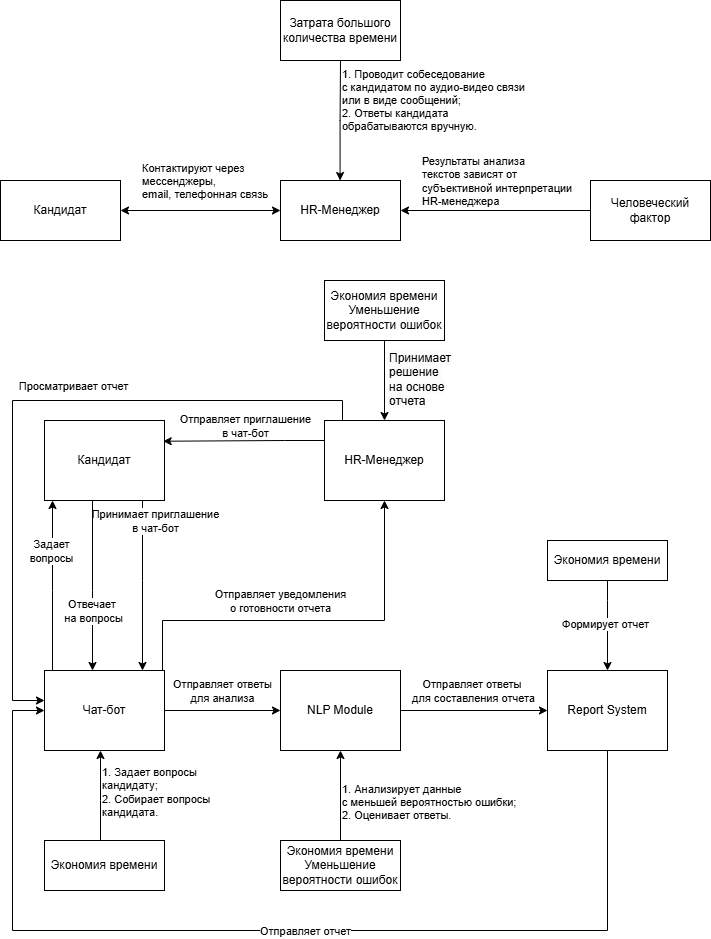
This is Диаграмма КАК-ЕСТЬ КАК-ДОЛЖНО-БЫТЬ.drawio.png from Evgeny-Yakovlev73/Diagramms, a draw.io export, as it was before one commit. Source tidied: cells renumbered, new cells last; positions are measured from the earlier drawing's top-left corner, leaving out a move shared by most shapes.
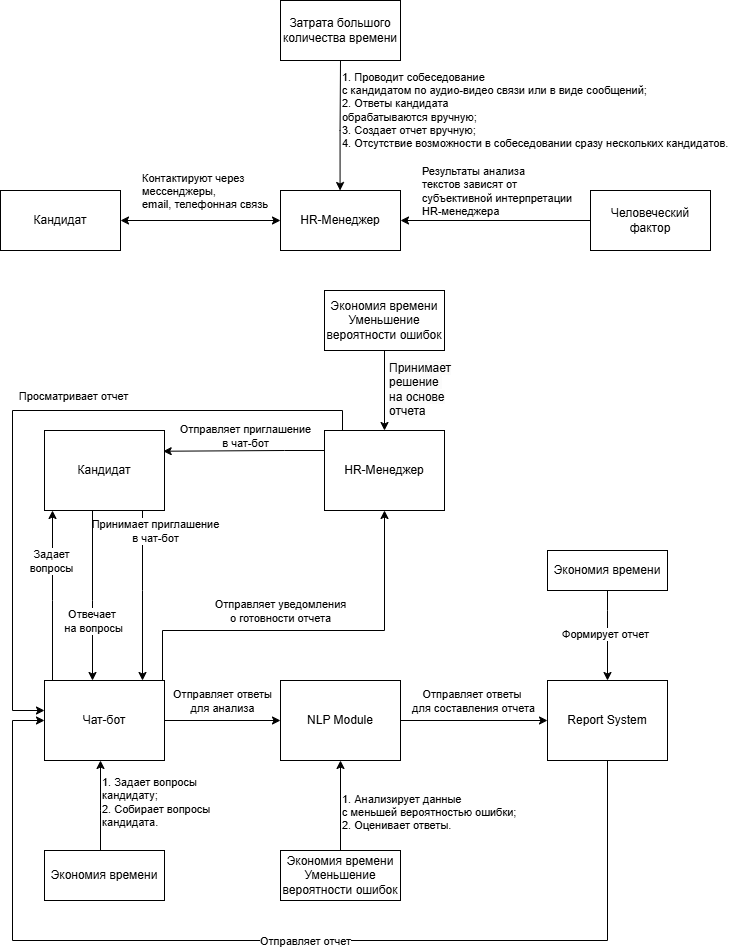
The same file after the commit.

Change to the diagram source:
```diff
@@ -24,9 +24,9 @@
         </Array>
       </mxGeometry>
     </mxCell>
-    <mxCell id="7" value="&lt;div style=&quot;&quot;&gt;1. Проводит собеседование&amp;nbsp;&lt;/div&gt;&lt;div style=&quot;&quot;&gt;с кандидатом по аудио-видео связи&amp;nbsp;&lt;/div&gt;&lt;div style=&quot;&quot;&gt;или в виде сообщений;&lt;/div&gt;&lt;div&gt;&lt;div style=&quot;&quot;&gt;2. Ответы кандидата&amp;nbsp;&lt;/div&gt;&lt;div style=&quot;&quot;&gt;обрабатываются вручную.&lt;/div&gt;&lt;/div&gt;" style="edgeLabel;html=1;align=left;verticalAlign=middle;" parent="6" vertex="1">
+    <mxCell id="7" value="&lt;div style=&quot;&quot;&gt;1. Проводит собеседование&amp;nbsp;&lt;/div&gt;&lt;div style=&quot;&quot;&gt;с кандидатом по аудио-видео связи или в виде сообщений;&lt;/div&gt;&lt;div&gt;&lt;div style=&quot;&quot;&gt;2. Ответы кандидата&amp;nbsp;&lt;/div&gt;&lt;div style=&quot;&quot;&gt;обрабатываются вручную;&lt;/div&gt;&lt;/div&gt;&lt;div style=&quot;&quot;&gt;3. Создает отчет вручную;&lt;/div&gt;&lt;div style=&quot;&quot;&gt;4. Отсутствие возможности в собеседовании сразу нескольких кандидатов.&lt;/div&gt;" style="edgeLabel;html=1;align=left;verticalAlign=middle;" parent="6" vertex="1">
       <mxGeometry x="0.12" y="-3" relative="1" as="geometry">
-        <mxPoint x="3" y="-27" as="offset" />
+        <mxPoint x="3" y="-23" as="offset" />
       </mxGeometry>
     </mxCell>
     <mxCell id="8" style="endArrow=classic;html=1;rounded=0;entryX=1;entryY=0.5;entryDx=0;entryDy=0;exitX=0;exitY=0.5;exitDx=0;exitDy=0;" parent="1" edge="1" source="11" target="2">
@@ -38,7 +38,7 @@
       </mxGeometry>
     </mxCell>
     <mxCell id="10" value="Затрата большого количества времени" style="rounded=0;whiteSpace=wrap;html=1;" parent="1" vertex="1">
-      <mxGeometry x="280" width="120" height="60" as="geometry" />
+      <mxGeometry x="280" y="-10" width="120" height="60" as="geometry" />
     </mxCell>
     <mxCell id="11" value="Человеческий фактор" style="rounded=0;whiteSpace=wrap;html=1;" parent="1" vertex="1">
       <mxGeometry x="590" y="180" width="120" height="60" as="geometry" />
```
